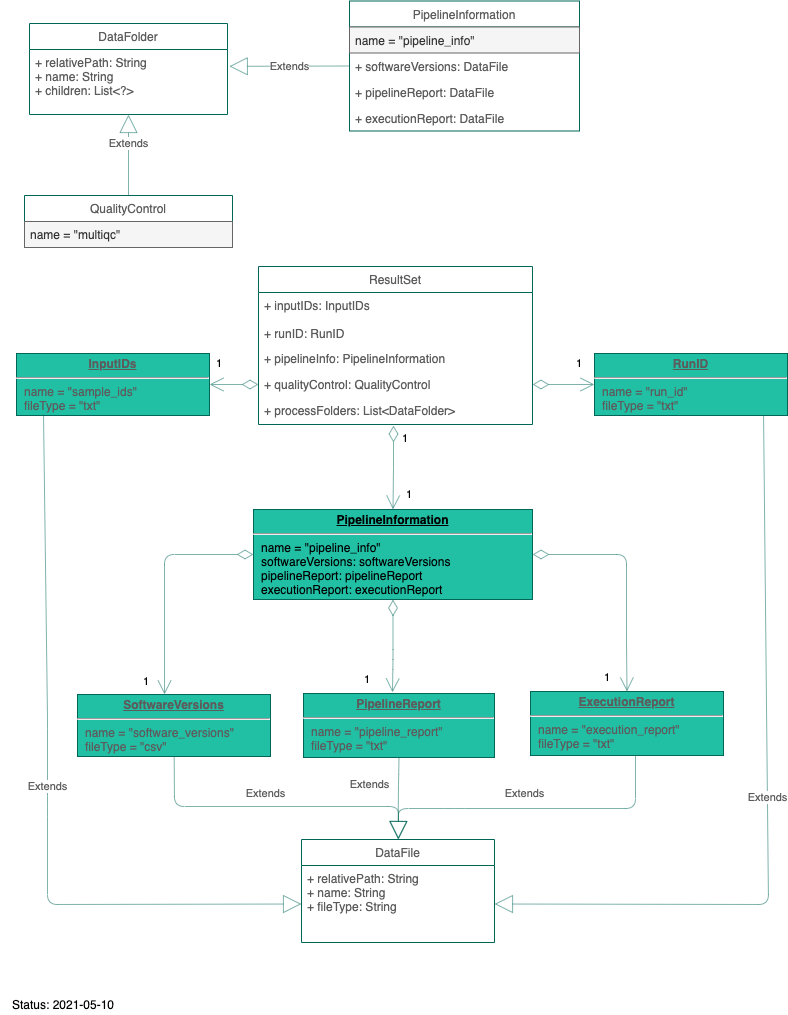
Above: doc/figures/ER_diagram_pipeline_results.png in qbicsoftware/data-model-lib (draw.io), before the change. Source tidied: cells renumbered, new cells last; positions are measured from the earlier drawing's top-left corner, leaving out a move shared by most shapes. The source it was exported from:
```xml
<mxGraphModel>
  <root>
    <mxCell id="0" />
    <mxCell id="1" parent="0" />
    <mxCell id="2" value="ResultSet" style="swimlane;fontStyle=0;horizontal=1;startSize=26;fillColor=none;strokeColor=#006658;fontColor=#5C5C5C;" parent="1" vertex="1">
      <mxGeometry x="258" y="265" width="274" height="158" as="geometry" />
    </mxCell>
    <mxCell id="3" value="+ inputIDs: InputIDs&#10;&#10;+ runID: RunID" style="text;strokeColor=none;fillColor=none;align=left;verticalAlign=top;spacingLeft=4;spacingRight=4;overflow=hidden;fontColor=#5C5C5C;" parent="2" vertex="1">
      <mxGeometry y="26" width="274" height="53" as="geometry" />
    </mxCell>
    <mxCell id="4" value="+ pipelineInfo: PipelineInformation" style="text;strokeColor=none;fillColor=none;align=left;verticalAlign=top;spacingLeft=4;spacingRight=4;overflow=hidden;fontColor=#5C5C5C;" parent="2" vertex="1">
      <mxGeometry y="79" width="274" height="26" as="geometry" />
    </mxCell>
    <mxCell id="5" value="+ qualityControl: QualityControl" style="text;strokeColor=none;fillColor=none;align=left;verticalAlign=top;spacingLeft=4;spacingRight=4;overflow=hidden;points=[[0,0.5],[1,0.5]];portConstraint=eastwest;fontColor=#5C5C5C;" parent="2" vertex="1">
      <mxGeometry y="105" width="274" height="26" as="geometry" />
    </mxCell>
    <mxCell id="6" value="+ processFolders: List&lt;DataFolder&gt;" style="text;strokeColor=none;fillColor=none;align=left;verticalAlign=top;spacingLeft=4;spacingRight=4;overflow=hidden;fontColor=#5C5C5C;" parent="2" vertex="1">
      <mxGeometry y="131" width="274" height="27" as="geometry" />
    </mxCell>
    <mxCell id="7" value="PipelineInformation" style="swimlane;fontStyle=0;horizontal=1;startSize=26;fillColor=none;strokeColor=#006658;fontColor=#5C5C5C;" parent="1" vertex="1">
      <mxGeometry x="349" y="-0.5" width="230" height="130" as="geometry" />
    </mxCell>
    <mxCell id="8" value="name = &quot;pipeline_info&quot;" style="text;strokeColor=#666666;fillColor=#f5f5f5;align=left;verticalAlign=top;spacingLeft=4;spacingRight=4;overflow=hidden;rounded=0;sketch=0;fontColor=#333333;" parent="7" vertex="1">
      <mxGeometry y="26" width="230" height="26" as="geometry" />
    </mxCell>
    <mxCell id="9" value="+ softwareVersions: DataFile" style="text;strokeColor=none;fillColor=none;align=left;verticalAlign=top;spacingLeft=4;spacingRight=4;overflow=hidden;points=[[0,0.5],[1,0.5]];portConstraint=eastwest;fontColor=#5C5C5C;" parent="7" vertex="1">
      <mxGeometry y="52" width="230" height="26" as="geometry" />
    </mxCell>
    <mxCell id="10" value="+ pipelineReport: DataFile" style="text;strokeColor=none;fillColor=none;align=left;verticalAlign=top;spacingLeft=4;spacingRight=4;overflow=hidden;fontColor=#5C5C5C;" parent="7" vertex="1">
      <mxGeometry y="78" width="230" height="26" as="geometry" />
    </mxCell>
    <mxCell id="11" value="+ executionReport: DataFile" style="text;strokeColor=none;fillColor=none;align=left;verticalAlign=top;spacingLeft=4;spacingRight=4;overflow=hidden;fontColor=#5C5C5C;" parent="7" vertex="1">
      <mxGeometry y="104" width="230" height="26" as="geometry" />
    </mxCell>
    <mxCell id="12" value="QualityControl" style="swimlane;fontStyle=0;horizontal=1;startSize=26;fillColor=none;strokeColor=#006658;fontColor=#5C5C5C;" parent="1" vertex="1">
      <mxGeometry x="24" y="194" width="208" height="52" as="geometry" />
    </mxCell>
    <mxCell id="13" value="name = &quot;multiqc&quot;" style="text;strokeColor=#666666;fillColor=#f5f5f5;align=left;verticalAlign=top;spacingLeft=4;spacingRight=4;overflow=hidden;rounded=0;sketch=0;fontColor=#333333;" parent="12" vertex="1">
      <mxGeometry y="26" width="208" height="26" as="geometry" />
    </mxCell>
    <mxCell id="14" value="&lt;p style=&quot;margin: 0px ; margin-top: 4px ; text-align: center ; text-decoration: underline&quot;&gt;&lt;b&gt;SoftwareVersions&lt;/b&gt;&lt;/p&gt;&lt;hr&gt;&lt;p style=&quot;margin: 0px ; margin-left: 8px&quot;&gt;name = &quot;software_versions&quot;&lt;/p&gt;&lt;p style=&quot;margin: 0px ; margin-left: 8px&quot;&gt;fileType = &quot;csv&quot;&lt;/p&gt;" style="verticalAlign=top;align=left;overflow=fill;fontSize=12;fontFamily=Helvetica;html=1;fillColor=#21C0A5;strokeColor=#006658;fontColor=#5C5C5C;" parent="1" vertex="1">
      <mxGeometry x="77" y="693" width="193" height="62" as="geometry" />
    </mxCell>
    <mxCell id="15" value="&lt;p style=&quot;margin: 0px ; margin-top: 4px ; text-align: center ; text-decoration: underline&quot;&gt;&lt;b&gt;PipelineReport&lt;/b&gt;&lt;/p&gt;&lt;hr&gt;&lt;p style=&quot;margin: 0px ; margin-left: 8px&quot;&gt;name = &quot;pipeline_report&quot;&lt;/p&gt;&lt;p style=&quot;margin: 0px ; margin-left: 8px&quot;&gt;fileType = &quot;txt&quot;&lt;/p&gt;&lt;p style=&quot;margin: 0px ; margin-left: 8px&quot;&gt;&lt;br&gt;&lt;/p&gt;" style="verticalAlign=top;align=left;overflow=fill;fontSize=12;fontFamily=Helvetica;html=1;fillColor=#21C0A5;strokeColor=#006658;fontColor=#5C5C5C;" parent="1" vertex="1">
      <mxGeometry x="303" y="692" width="191" height="64" as="geometry" />
    </mxCell>
    <mxCell id="16" value="&lt;p style=&quot;margin: 0px ; margin-top: 4px ; text-align: center ; text-decoration: underline&quot;&gt;&lt;b&gt;ExecutionReport&lt;/b&gt;&lt;/p&gt;&lt;hr&gt;&lt;p style=&quot;margin: 0px ; margin-left: 8px&quot;&gt;name = &quot;execution_report&quot;&lt;/p&gt;&lt;p style=&quot;margin: 0px ; margin-left: 8px&quot;&gt;fileType = &quot;txt&quot;&lt;br&gt;&lt;br&gt;&lt;/p&gt;" style="verticalAlign=top;align=left;overflow=fill;fontSize=12;fontFamily=Helvetica;html=1;fillColor=#21C0A5;strokeColor=#006658;fontColor=#5C5C5C;" parent="1" vertex="1">
      <mxGeometry x="530" y="690" width="193" height="64" as="geometry" />
    </mxCell>
    <mxCell id="17" value="DataFolder" style="swimlane;fontStyle=0;horizontal=1;startSize=26;fillColor=none;strokeColor=#006658;fontColor=#5C5C5C;" parent="1" vertex="1">
      <mxGeometry x="29" y="22" width="198" height="91" as="geometry" />
    </mxCell>
    <mxCell id="18" value="+ relativePath: String&#10;+ name: String&#10;+ children: List&lt;?&gt;" style="text;strokeColor=none;fillColor=none;align=left;verticalAlign=top;spacingLeft=4;spacingRight=4;overflow=hidden;points=[[0,0.5],[1,0.5]];portConstraint=eastwest;rounded=0;sketch=0;fontColor=#5C5C5C;" parent="17" vertex="1">
      <mxGeometry y="26" width="198" height="65" as="geometry" />
    </mxCell>
    <mxCell id="19" value="Extends" style="endArrow=block;endSize=16;endFill=0;html=1;strokeColor=#006658;fillColor=#21C0A5;fontColor=#5C5C5C;exitX=0.5;exitY=0;exitDx=0;exitDy=0;opacity=50;" parent="1" edge="1" source="12" target="18">
      <mxGeometry x="0.28" relative="1" as="geometry" />
    </mxCell>
    <mxCell id="20" value="Extends" style="endArrow=block;endSize=16;endFill=0;html=1;strokeColor=#006658;fillColor=#21C0A5;fontColor=#5C5C5C;opacity=50;entryX=1.009;entryY=0.259;entryDx=0;entryDy=0;entryPerimeter=0;exitX=0;exitY=0.5;exitDx=0;exitDy=0;" parent="1" edge="1" source="9" target="18">
      <mxGeometry relative="1" as="geometry" />
    </mxCell>
    <mxCell id="21" value="&lt;p style=&quot;margin: 0px ; margin-top: 4px ; text-align: center ; text-decoration: underline&quot;&gt;&lt;b&gt;PipelineInformation&lt;/b&gt;&lt;/p&gt;&lt;hr&gt;&lt;p style=&quot;margin: 0px ; margin-left: 8px&quot;&gt;name = &quot;pipeline_info&quot;&lt;br&gt;softwareVersions: softwareVersions&lt;br&gt;pipelineReport: pipelineReport&lt;/p&gt;&lt;p style=&quot;margin: 0px ; margin-left: 8px&quot;&gt;executionReport: executionReport&lt;/p&gt;&lt;p style=&quot;margin: 0px ; margin-left: 8px&quot;&gt;&lt;br&gt;&lt;/p&gt;" style="verticalAlign=top;align=left;overflow=fill;fontSize=12;fontFamily=Helvetica;html=1;rounded=0;sketch=0;strokeColor=#006658;fillColor=#21C0A5;" parent="1" vertex="1">
      <mxGeometry x="253" y="508" width="279" height="90" as="geometry" />
    </mxCell>
    <mxCell id="22" style="endArrow=open;html=1;endSize=12;startArrow=diamondThin;startSize=14;startFill=0;edgeStyle=orthogonalEdgeStyle;strokeColor=#006658;fillColor=#21C0A5;fontColor=#5C5C5C;opacity=50;entryX=0.5;entryY=0;entryDx=0;entryDy=0;" parent="1" edge="1" target="21">
      <mxGeometry relative="1" as="geometry">
        <mxPoint x="393" y="424" as="sourcePoint" />
      </mxGeometry>
    </mxCell>
    <mxCell id="23" value="1" style="edgeLabel;html=1;align=left;verticalAlign=top;" parent="22" vertex="1">
      <mxGeometry x="-1" relative="1" as="geometry">
        <mxPoint x="7" as="offset" />
      </mxGeometry>
    </mxCell>
    <mxCell id="24" value="1" style="edgeLabel;html=1;align=right;verticalAlign=top;" parent="22" vertex="1">
      <mxGeometry x="1" relative="1" as="geometry">
        <mxPoint x="19.5" y="-28.5" as="offset" />
      </mxGeometry>
    </mxCell>
    <mxCell id="25" style="endArrow=open;html=1;endSize=12;startArrow=diamondThin;startSize=14;startFill=0;edgeStyle=orthogonalEdgeStyle;strokeColor=#006658;fillColor=#21C0A5;fontColor=#5C5C5C;opacity=50;exitX=1;exitY=0.5;exitDx=0;exitDy=0;entryX=0.5;entryY=0;entryDx=0;entryDy=0;" parent="1" edge="1" source="21" target="16">
      <mxGeometry relative="1" as="geometry">
        <Array as="points">
          <mxPoint x="626" y="553" />
          <mxPoint x="626" y="640" />
        </Array>
      </mxGeometry>
    </mxCell>
    <mxCell id="26" value="1" style="edgeLabel;html=1;align=right;verticalAlign=top;" parent="25" vertex="1">
      <mxGeometry x="1" relative="1" as="geometry">
        <mxPoint x="-16.5" y="-27" as="offset" />
      </mxGeometry>
    </mxCell>
    <mxCell id="27" style="endArrow=open;html=1;endSize=12;startArrow=diamondThin;startSize=14;startFill=0;edgeStyle=orthogonalEdgeStyle;strokeColor=#006658;fillColor=#21C0A5;fontColor=#5C5C5C;opacity=50;exitX=0.5;exitY=1;exitDx=0;exitDy=0;entryX=0.466;entryY=-0.016;entryDx=0;entryDy=0;entryPerimeter=0;" parent="1" edge="1" source="21" target="15">
      <mxGeometry relative="1" as="geometry">
        <Array as="points">
          <mxPoint x="392" y="658" />
        </Array>
      </mxGeometry>
    </mxCell>
    <mxCell id="28" value="1" style="edgeLabel;html=1;align=right;verticalAlign=top;" parent="27" vertex="1">
      <mxGeometry x="1" relative="1" as="geometry">
        <mxPoint x="-22" y="-26" as="offset" />
      </mxGeometry>
    </mxCell>
    <mxCell id="29" style="endArrow=open;html=1;endSize=12;startArrow=diamondThin;startSize=14;startFill=0;edgeStyle=orthogonalEdgeStyle;strokeColor=#006658;fillColor=#21C0A5;fontColor=#5C5C5C;opacity=50;entryX=0.451;entryY=0;entryDx=0;entryDy=0;exitX=0;exitY=0.5;exitDx=0;exitDy=0;entryPerimeter=0;" parent="1" edge="1" source="21" target="14">
      <mxGeometry relative="1" as="geometry" />
    </mxCell>
    <mxCell id="30" value="1" style="edgeLabel;html=1;align=right;verticalAlign=top;" parent="29" vertex="1">
      <mxGeometry x="1" relative="1" as="geometry">
        <mxPoint x="-15" y="-26" as="offset" />
      </mxGeometry>
    </mxCell>
    <mxCell id="31" value="DataFile" style="swimlane;fontStyle=0;horizontal=1;startSize=26;fillColor=none;strokeColor=#006658;fontColor=#5C5C5C;" parent="1" vertex="1">
      <mxGeometry x="301" y="838" width="193" height="103" as="geometry" />
    </mxCell>
    <mxCell id="32" value="+ relativePath: String&#10;+ name: String&#10;+ fileType: String&#10;" style="text;strokeColor=none;fillColor=none;align=left;verticalAlign=top;spacingLeft=4;spacingRight=4;overflow=hidden;points=[[0,0.5],[1,0.5]];portConstraint=eastwest;fontColor=#5C5C5C;" parent="31" vertex="1">
      <mxGeometry y="26" width="193" height="77" as="geometry" />
    </mxCell>
    <mxCell id="33" value="Extends" style="endArrow=block;endSize=16;endFill=0;html=1;strokeColor=#006658;fillColor=#21C0A5;fontColor=#5C5C5C;opacity=50;exitX=0.544;exitY=1;exitDx=0;exitDy=0;exitPerimeter=0;" parent="1" edge="1" source="16">
      <mxGeometry x="0.02" y="-15" relative="1" as="geometry">
        <mxPoint x="398" y="838" as="targetPoint" />
        <Array as="points">
          <mxPoint x="635" y="807" />
          <mxPoint x="454" y="807" />
          <mxPoint x="398" y="807" />
        </Array>
      </mxGeometry>
    </mxCell>
    <mxCell id="34" value="Extends" style="endArrow=block;endSize=16;endFill=0;html=1;strokeColor=#006658;fillColor=#21C0A5;fontColor=#5C5C5C;opacity=50;" parent="1" edge="1" source="14">
      <mxGeometry x="-0.08" y="13" relative="1" as="geometry">
        <mxPoint x="398" y="838" as="targetPoint" />
        <Array as="points">
          <mxPoint x="174" y="805" />
          <mxPoint x="398" y="805" />
        </Array>
      </mxGeometry>
    </mxCell>
    <mxCell id="35" value="Extends" style="endArrow=block;endSize=16;endFill=0;html=1;strokeColor=#006658;fillColor=#21C0A5;fontColor=#5C5C5C;opacity=50;exitX=0.5;exitY=1;exitDx=0;exitDy=0;entryX=0.5;entryY=0;entryDx=0;entryDy=0;" parent="1" edge="1" source="15" target="31">
      <mxGeometry x="-0.34" y="-29" relative="1" as="geometry">
        <Array as="points">
          <mxPoint x="398" y="783" />
        </Array>
      </mxGeometry>
    </mxCell>
    <mxCell id="36" value="Status: 2021-05-10" style="text;html=1;strokeColor=none;fillColor=none;align=center;verticalAlign=middle;whiteSpace=wrap;rounded=0;" parent="1" vertex="1">
      <mxGeometry y="993" width="126" height="20" as="geometry" />
    </mxCell>
    <mxCell id="37" value="&lt;p style=&quot;margin: 0px ; margin-top: 4px ; text-align: center ; text-decoration: underline&quot;&gt;&lt;b&gt;InputIDs&lt;/b&gt;&lt;/p&gt;&lt;hr&gt;&lt;p style=&quot;margin: 0px ; margin-left: 8px&quot;&gt;name = &quot;sample_ids&quot;&lt;/p&gt;&lt;p style=&quot;margin: 0px ; margin-left: 8px&quot;&gt;fileType = &quot;txt&quot;&lt;/p&gt;" style="verticalAlign=top;align=left;overflow=fill;fontSize=12;fontFamily=Helvetica;html=1;fillColor=#21C0A5;strokeColor=#006658;fontColor=#5C5C5C;" parent="1" vertex="1">
      <mxGeometry x="16" y="352" width="193" height="62" as="geometry" />
    </mxCell>
    <mxCell id="38" style="endArrow=open;html=1;endSize=12;startArrow=diamondThin;startSize=14;startFill=0;edgeStyle=orthogonalEdgeStyle;strokeColor=#006658;fillColor=#21C0A5;fontColor=#5C5C5C;opacity=50;entryX=1;entryY=0.5;entryDx=0;entryDy=0;exitX=0;exitY=0.5;exitDx=0;exitDy=0;" parent="1" edge="1" source="5" target="37">
      <mxGeometry relative="1" as="geometry" />
    </mxCell>
    <mxCell id="39" value="1" style="edgeLabel;html=1;align=right;verticalAlign=top;" parent="38" vertex="1">
      <mxGeometry x="1" relative="1" as="geometry">
        <mxPoint x="13" y="-34" as="offset" />
      </mxGeometry>
    </mxCell>
    <mxCell id="40" value="Extends" style="endArrow=block;endSize=16;endFill=0;html=1;strokeColor=#006658;fillColor=#21C0A5;fontColor=#5C5C5C;opacity=50;entryX=0;entryY=0.5;entryDx=0;entryDy=0;exitX=0.14;exitY=0.984;exitDx=0;exitDy=0;exitPerimeter=0;" parent="1" edge="1" source="37" target="32">
      <mxGeometry relative="1" as="geometry">
        <Array as="points">
          <mxPoint x="47" y="717" />
          <mxPoint x="47" y="805" />
          <mxPoint x="47" y="903" />
        </Array>
      </mxGeometry>
    </mxCell>
    <mxCell id="41" value="&lt;p style=&quot;margin: 0px ; margin-top: 4px ; text-align: center ; text-decoration: underline&quot;&gt;&lt;b&gt;RunID&lt;/b&gt;&lt;/p&gt;&lt;hr&gt;&lt;p style=&quot;margin: 0px ; margin-left: 8px&quot;&gt;name = &quot;run_id&quot;&lt;/p&gt;&lt;p style=&quot;margin: 0px ; margin-left: 8px&quot;&gt;fileType = &quot;txt&quot;&lt;/p&gt;" style="verticalAlign=top;align=left;overflow=fill;fontSize=12;fontFamily=Helvetica;html=1;fillColor=#21C0A5;strokeColor=#006658;fontColor=#5C5C5C;" parent="1" vertex="1">
      <mxGeometry x="594" y="352" width="193" height="62" as="geometry" />
    </mxCell>
    <mxCell id="42" style="endArrow=open;html=1;endSize=12;startArrow=diamondThin;startSize=14;startFill=0;edgeStyle=orthogonalEdgeStyle;strokeColor=#006658;fillColor=#21C0A5;fontColor=#5C5C5C;opacity=50;entryX=0;entryY=0.5;entryDx=0;entryDy=0;exitX=1;exitY=0.5;exitDx=0;exitDy=0;" parent="1" edge="1" source="5" target="41">
      <mxGeometry relative="1" as="geometry" />
    </mxCell>
    <mxCell id="43" value="1" style="edgeLabel;html=1;align=right;verticalAlign=top;" parent="42" vertex="1">
      <mxGeometry x="1" relative="1" as="geometry">
        <mxPoint x="-12" y="-34" as="offset" />
      </mxGeometry>
    </mxCell>
    <mxCell id="44" value="Extends" style="endArrow=block;endSize=16;endFill=0;html=1;strokeColor=#006658;fillColor=#21C0A5;fontColor=#5C5C5C;opacity=50;entryX=1;entryY=0.5;entryDx=0;entryDy=0;exitX=0.876;exitY=1;exitDx=0;exitDy=0;exitPerimeter=0;" parent="1" edge="1" source="41" target="32">
      <mxGeometry relative="1" as="geometry">
        <Array as="points">
          <mxPoint x="768" y="903" />
        </Array>
      </mxGeometry>
    </mxCell>
  </root>
</mxGraphModel>
```
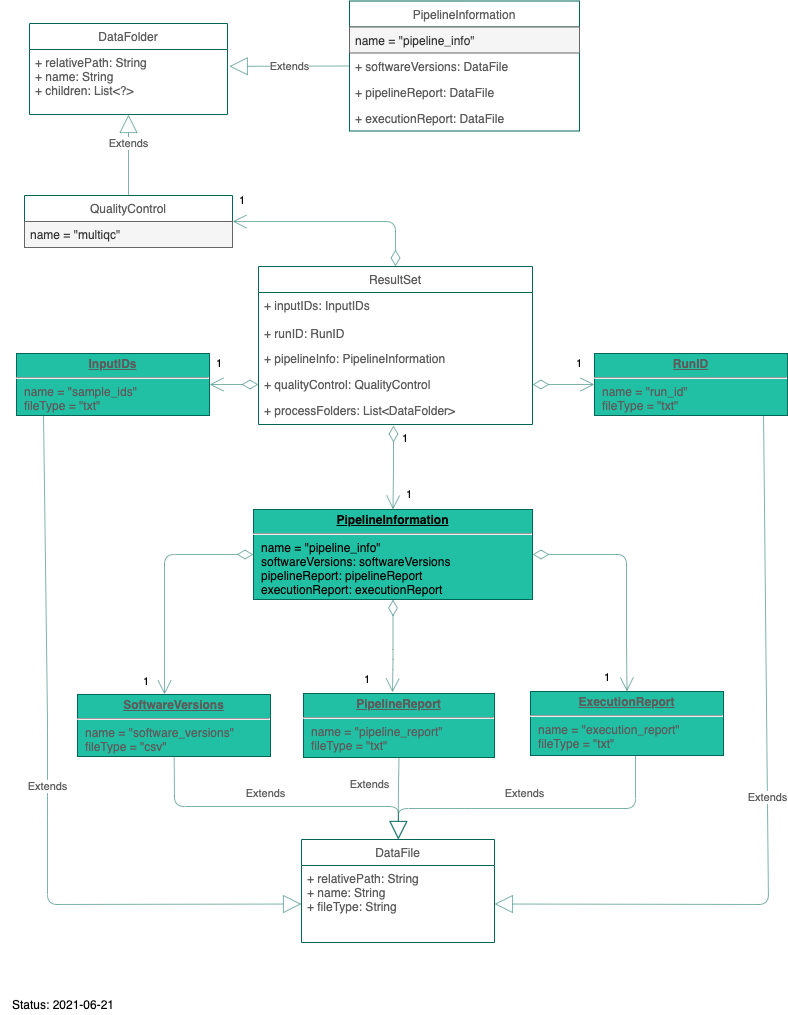
Later version of the same file.

Commit message:
Update nf-core ER model

Diff of the diagram source:
```diff
@@ -142,7 +142,7 @@
         </Array>
       </mxGeometry>
     </mxCell>
-    <mxCell id="36" value="Status: 2021-05-10" style="text;html=1;strokeColor=none;fillColor=none;align=center;verticalAlign=middle;whiteSpace=wrap;rounded=0;" parent="1" vertex="1">
+    <mxCell id="36" value="Status: 2021-06-21" style="text;html=1;strokeColor=none;fillColor=none;align=center;verticalAlign=middle;whiteSpace=wrap;rounded=0;" parent="1" vertex="1">
       <mxGeometry y="993" width="126" height="20" as="geometry" />
     </mxCell>
     <mxCell id="37" value="&lt;p style=&quot;margin: 0px ; margin-top: 4px ; text-align: center ; text-decoration: underline&quot;&gt;&lt;b&gt;InputIDs&lt;/b&gt;&lt;/p&gt;&lt;hr&gt;&lt;p style=&quot;margin: 0px ; margin-left: 8px&quot;&gt;name = &quot;sample_ids&quot;&lt;/p&gt;&lt;p style=&quot;margin: 0px ; margin-left: 8px&quot;&gt;fileType = &quot;txt&quot;&lt;/p&gt;" style="verticalAlign=top;align=left;overflow=fill;fontSize=12;fontFamily=Helvetica;html=1;fillColor=#21C0A5;strokeColor=#006658;fontColor=#5C5C5C;" parent="1" vertex="1">
@@ -183,5 +183,13 @@
         </Array>
       </mxGeometry>
     </mxCell>
+    <mxCell id="45" style="endArrow=open;html=1;endSize=12;startArrow=diamondThin;startSize=14;startFill=0;edgeStyle=orthogonalEdgeStyle;strokeColor=#006658;fillColor=#21C0A5;fontColor=#5C5C5C;opacity=50;entryX=1;entryY=0.5;entryDx=0;entryDy=0;exitX=0.5;exitY=0;exitDx=0;exitDy=0;" parent="1" edge="1" source="2" target="12">
+      <mxGeometry relative="1" as="geometry" />
+    </mxCell>
+    <mxCell id="46" value="1" style="edgeLabel;html=1;align=right;verticalAlign=top;" parent="45" vertex="1">
+      <mxGeometry x="1" relative="1" as="geometry">
+        <mxPoint x="13" y="-34" as="offset" />
+      </mxGeometry>
+    </mxCell>
   </root>
 </mxGraphModel>
```
